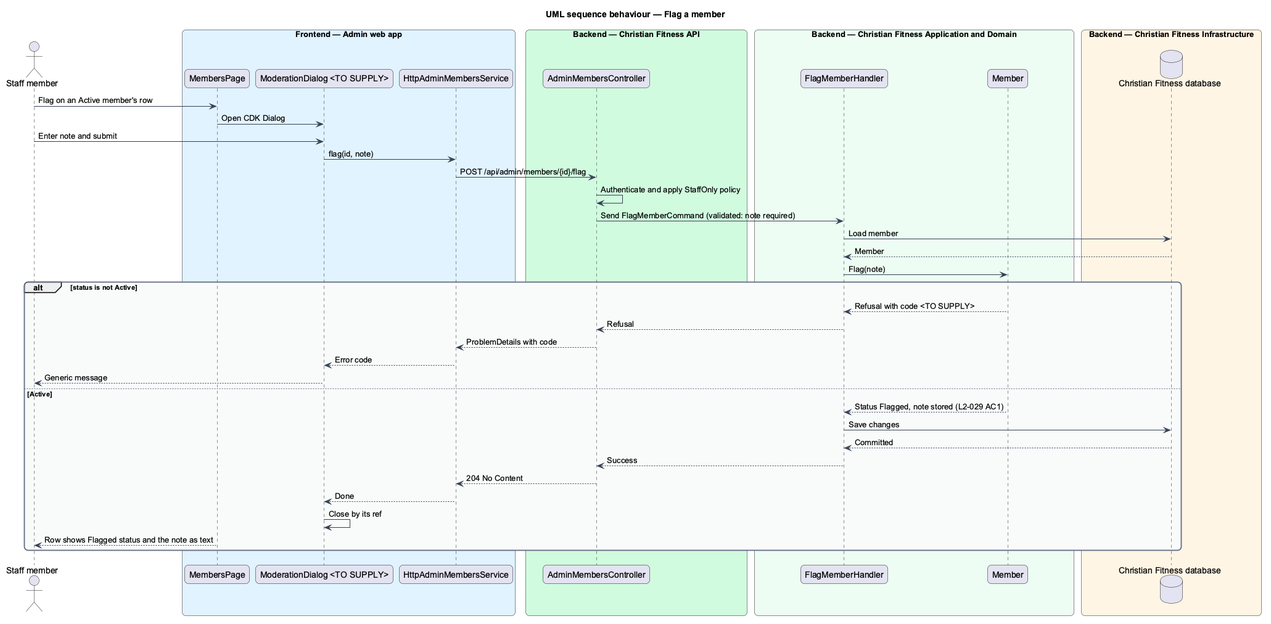
This is docs/detailed-designs/admin-moderation/flag-suspend-reinstate-members/diagrams/sequence-flag.png from QuinntyneBrown/christian-fitness, a PlantUML export, as it was before one commit.
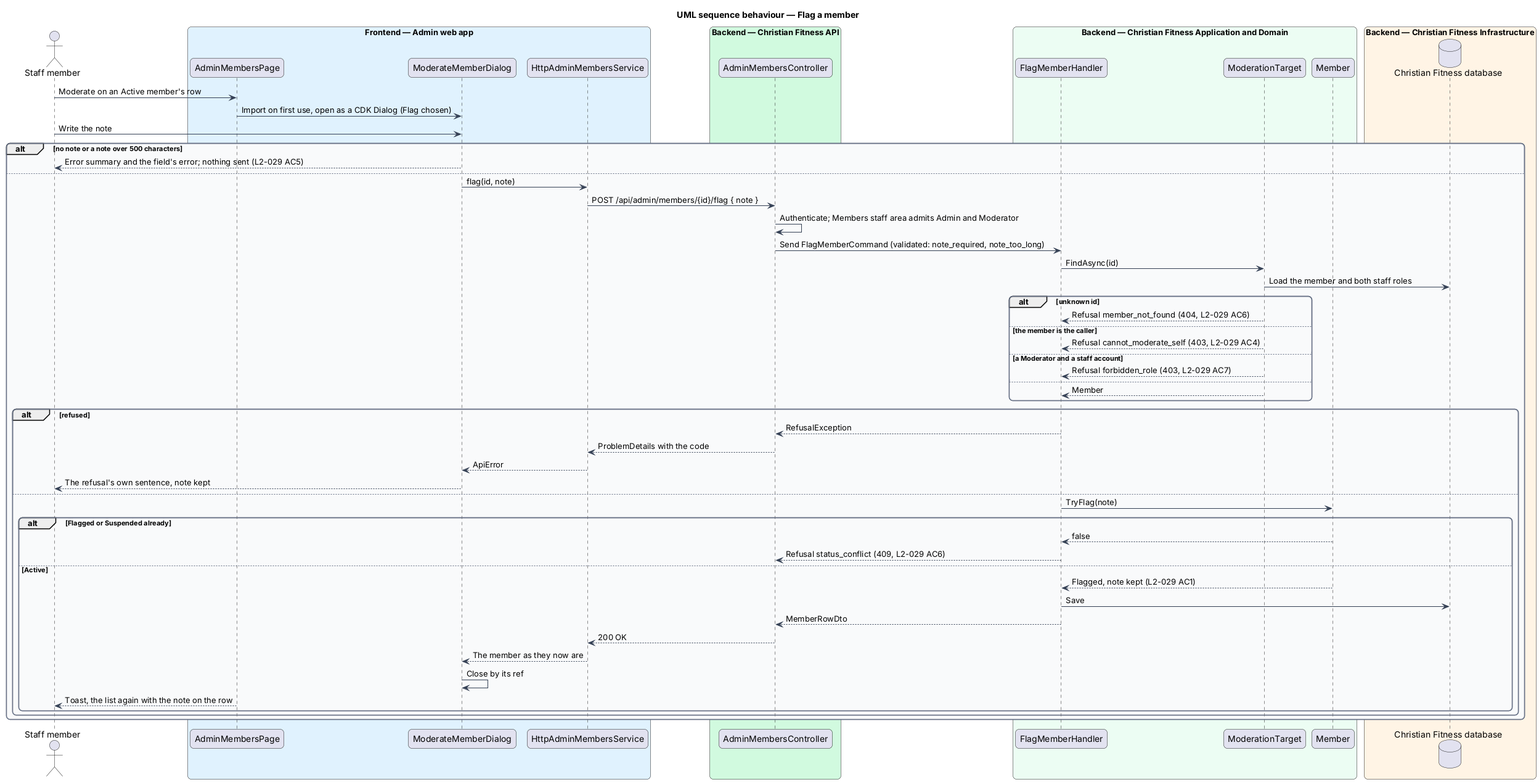
Later version of the same file.

Change to the diagram source:
```diff
@@ -16,8 +16,8 @@
 }
 actor "Staff member" as actor
 box "Frontend — Admin web app" #E0F2FE
-  participant "MembersPage" as page
-  participant "ModerationDialog <TO SUPPLY>" as dlg
+  participant "AdminMembersPage" as page
+  participant "ModerateMemberDialog" as dlg
   participant "HttpAdminMembersService" as client
 end box
 box "Backend — Christian Fitness API" #D1FADF
@@ -25,35 +25,52 @@
 end box
 box "Backend — Christian Fitness Application and Domain" #ECFDF3
   participant "FlagMemberHandler" as h
+  participant "ModerationTarget" as target
   participant "Member" as ent
 end box
 box "Backend — Christian Fitness Infrastructure" #FFF4E5
   database "Christian Fitness database" as db
 end box
-actor -> page : Flag on an Active member's row
-page -> dlg : Open CDK Dialog
-actor -> dlg : Enter note and submit
-dlg -> client : flag(id, note)
-client -> ctrl : POST /api/admin/members/{id}/flag
-ctrl -> ctrl : Authenticate and apply StaffOnly policy
-ctrl -> h : Send FlagMemberCommand (validated: note required)
-h -> db : Load member
-db --> h : Member
-h -> ent : Flag(note)
-alt status is not Active
-  ent --> h : Refusal with code <TO SUPPLY>
-  h --> ctrl : Refusal
-  ctrl --> client : ProblemDetails with code
-  client --> dlg : Error code
-  dlg --> actor : Generic message
-else Active
-  ent --> h : Status Flagged, note stored (L2-029 AC1)
-  h -> db : Save changes
-  db --> h : Committed
-  h --> ctrl : Success
-  ctrl --> client : 204 No Content
-  client --> dlg : Done
-  dlg -> dlg : Close by its ref
-  page --> actor : Row shows Flagged status and the note as text
+actor -> page : Moderate on an Active member's row
+page -> dlg : Import on first use, open as a CDK Dialog (Flag chosen)
+actor -> dlg : Write the note
+alt no note or a note over 500 characters
+  dlg --> actor : Error summary and the field's error; nothing sent (L2-029 AC5)
+else
+  dlg -> client : flag(id, note)
+  client -> ctrl : POST /api/admin/members/{id}/flag { note }
+  ctrl -> ctrl : Authenticate; Members staff area admits Admin and Moderator
+  ctrl -> h : Send FlagMemberCommand (validated: note_required, note_too_long)
+  h -> target : FindAsync(id)
+  target -> db : Load the member and both staff roles
+alt unknown id
+  target --> h : Refusal member_not_found (404, L2-029 AC6)
+else the member is the caller
+  target --> h : Refusal cannot_moderate_self (403, L2-029 AC4)
+else a Moderator and a staff account
+  target --> h : Refusal forbidden_role (403, L2-029 AC7)
+else
+  target --> h : Member
+end
+  alt refused
+    h --> ctrl : RefusalException
+    ctrl --> client : ProblemDetails with the code
+    client --> dlg : ApiError
+    dlg --> actor : The refusal's own sentence, note kept
+  else
+    h -> ent : TryFlag(note)
+    alt Flagged or Suspended already
+      ent --> h : false
+      h --> ctrl : Refusal status_conflict (409, L2-029 AC6)
+    else Active
+      ent --> h : Flagged, note kept (L2-029 AC1)
+      h -> db : Save
+      h --> ctrl : MemberRowDto
+      ctrl --> client : 200 OK
+      client --> dlg : The member as they now are
+      dlg -> dlg : Close by its ref
+      page --> actor : Toast, the list again with the note on the row
+    end
+  end
 end
 @enduml
```
